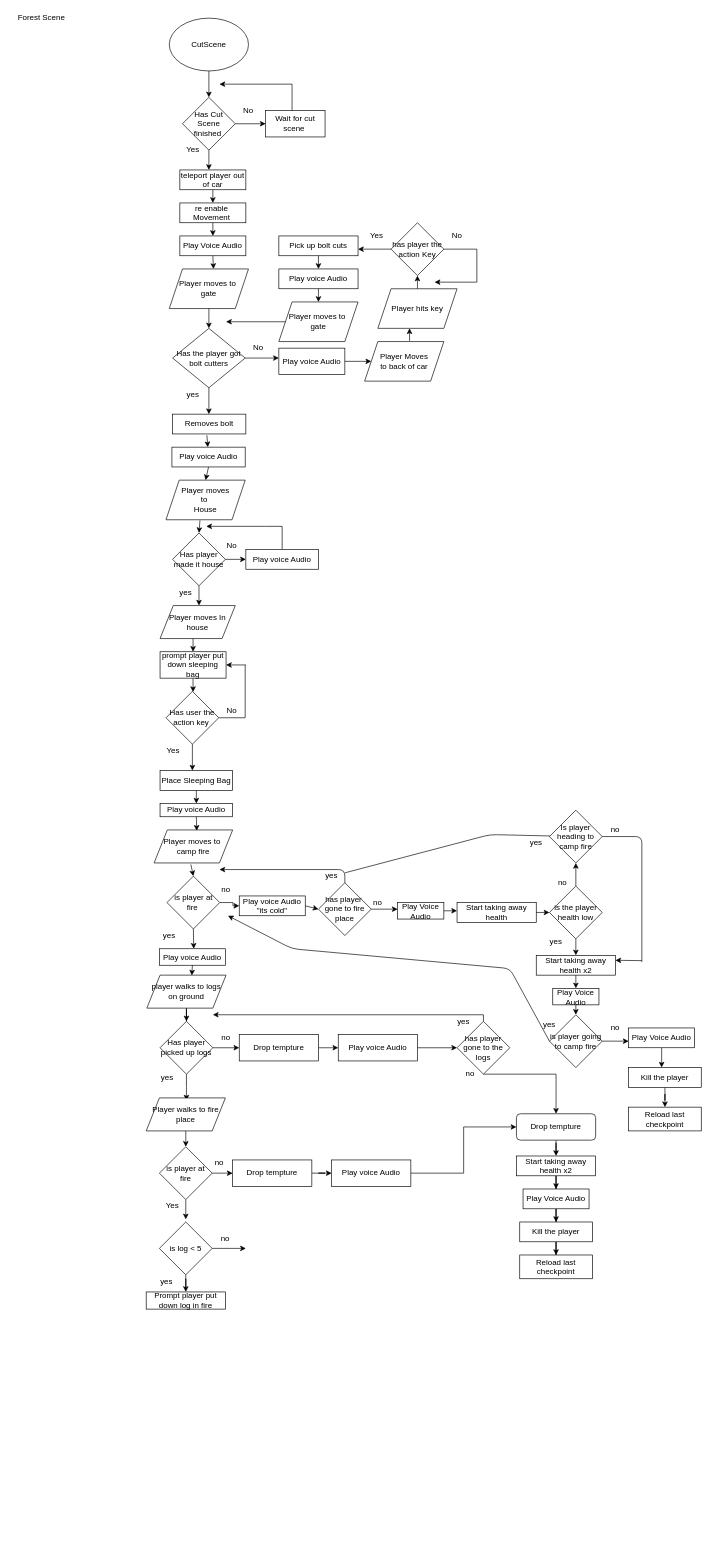
The draw.io diagram page "Page-2" (2 of 2) of Untitled Diagram.drawio in bennyboy743/Walk-In-Woods-Main, before the edit. Source tidied: cells renumbered, new cells numbered last; positions are measured from the earlier drawing's top-left corner, leaving out a move shared by most shapes. Both pictures are drawn from the tidied source at 66%, with x=0, y=0 at pixel (11, 11).
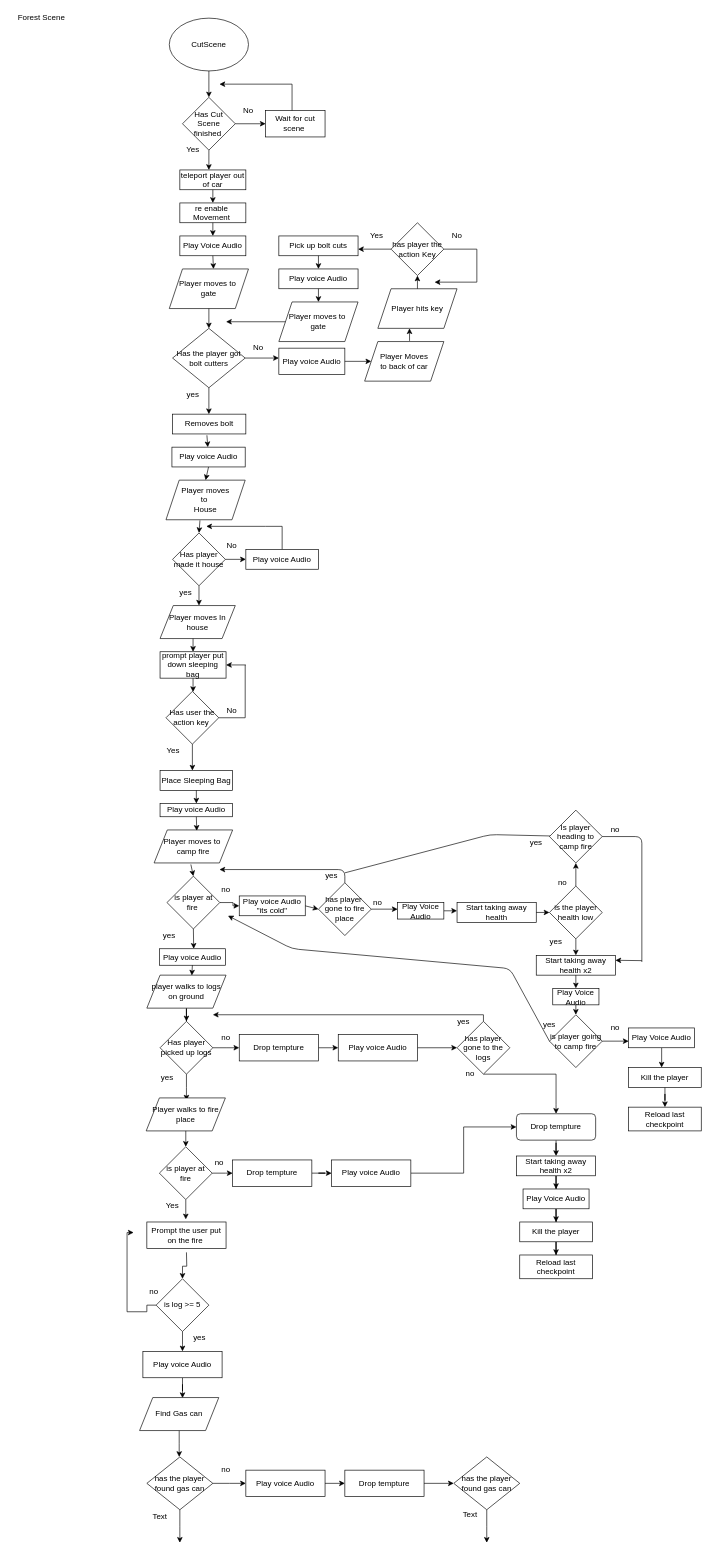
Above is the later version.

The edit, as a diff of the source:
```diff
@@
-    <mxCell id="153" value="Prompt player put down log in fire" style="rounded=0;whiteSpace=wrap;html=1;" parent="1" vertex="1">
-      <mxGeometry x="204" y="1940" width="120" height="26" as="geometry" />
-    </mxCell>
@@
-    <mxCell id="155" style="edgeStyle=orthogonalEdgeStyle;rounded=0;jettySize=auto;html=1;" parent="1" edge="1" source="157" target="153">
-      <mxGeometry relative="1" as="geometry" />
-    </mxCell>
-    <mxCell id="156" style="edgeStyle=orthogonalEdgeStyle;rounded=0;jettySize=auto;html=1;" parent="1" edge="1" source="157">
-      <mxGeometry relative="1" as="geometry">
-        <mxPoint x="355" y="1874" as="targetPoint" />
-      </mxGeometry>
-    </mxCell>
+    <mxCell id="160" style="edgeStyle=orthogonalEdgeStyle;rounded=0;jettySize=auto;html=1;exitX=0.5;exitY=1;exitDx=0;exitDy=0;" parent="1" edge="1" source="157">
+      <mxGeometry relative="1" as="geometry">
+        <mxPoint x="185" y="1850" as="targetPoint" />
+        <Array as="points">
+          <mxPoint x="205" y="1960" />
+          <mxPoint x="205" y="1970" />
+          <mxPoint x="175" y="1970" />
+          <mxPoint x="175" y="1850" />
+        </Array>
+      </mxGeometry>
+    </mxCell>
+    <mxCell id="161" style="edgeStyle=orthogonalEdgeStyle;rounded=0;jettySize=auto;html=1;" parent="1" edge="1" source="157">
+      <mxGeometry relative="1" as="geometry">
+        <mxPoint x="259" y="2030" as="targetPoint" />
+      </mxGeometry>
+    </mxCell>
-    <mxCell id="157" value="is log &amp;lt; 5" style="rhombus;whiteSpace=wrap;html=1;" parent="1" vertex="1">
-      <mxGeometry x="224" y="1834" width="80" height="80" as="geometry" />
+    <mxCell id="157" value="is log &amp;gt;= 5" style="rhombus;whiteSpace=wrap;html=1;direction=south;" parent="1" vertex="1">
+      <mxGeometry x="219" y="1920" width="80" height="80" as="geometry" />
     </mxCell>
+    <mxCell id="162" style="edgeStyle=orthogonalEdgeStyle;rounded=0;jettySize=auto;html=1;entryX=0;entryY=0.5;entryDx=0;entryDy=0;" parent="1" edge="1" target="157">
+      <mxGeometry relative="1" as="geometry">
+        <mxPoint x="265" y="1880" as="sourcePoint" />
+      </mxGeometry>
+    </mxCell>
+    <mxCell id="163" value="Prompt the user put on the fire&amp;nbsp;" style="rounded=0;whiteSpace=wrap;html=1;" parent="1" vertex="1">
+      <mxGeometry x="205" y="1834" width="120" height="40" as="geometry" />
+    </mxCell>
+    <mxCell id="164" value="no&lt;br&gt;" style="text;html=1;strokeColor=none;fillColor=none;align=center;verticalAlign=middle;whiteSpace=wrap;rounded=0;" parent="1" vertex="1">
+      <mxGeometry x="196" y="1930" width="40" height="20" as="geometry" />
+    </mxCell>
     <mxCell id="158" value="yes" style="text;html=1;strokeColor=none;fillColor=none;align=center;verticalAlign=middle;whiteSpace=wrap;rounded=0;" parent="1" vertex="1">
-      <mxGeometry x="215" y="1914" width="40" height="20" as="geometry" />
+      <mxGeometry x="265" y="2000" width="40" height="20" as="geometry" />
     </mxCell>
+    <mxCell id="165" style="edgeStyle=orthogonalEdgeStyle;rounded=0;jettySize=auto;html=1;entryX=0.542;entryY=0.016;entryDx=0;entryDy=0;entryPerimeter=0;" parent="1" edge="1" source="166" target="168">
+      <mxGeometry relative="1" as="geometry" />
+    </mxCell>
+    <mxCell id="166" value="Play voice Audio" style="rounded=0;whiteSpace=wrap;html=1;" parent="1" vertex="1">
+      <mxGeometry x="199" y="2030" width="120" height="40" as="geometry" />
+    </mxCell>
+    <mxCell id="167" style="edgeStyle=orthogonalEdgeStyle;rounded=0;jettySize=auto;html=1;" parent="1" edge="1" source="168">
+      <mxGeometry relative="1" as="geometry">
+        <mxPoint x="254" y="2190" as="targetPoint" />
+      </mxGeometry>
+    </mxCell>
+    <mxCell id="168" value="Find Gas can" style="shape=parallelogram;perimeter=parallelogramPerimeter;whiteSpace=wrap;html=1;fixedSize=1;" parent="1" vertex="1">
+      <mxGeometry x="194" y="2100" width="120" height="50" as="geometry" />
+    </mxCell>
+    <mxCell id="169" style="edgeStyle=orthogonalEdgeStyle;rounded=0;jettySize=auto;html=1;" parent="1" edge="1" source="171">
+      <mxGeometry relative="1" as="geometry">
+        <mxPoint x="355" y="2230" as="targetPoint" />
+      </mxGeometry>
+    </mxCell>
+    <mxCell id="170" style="edgeStyle=orthogonalEdgeStyle;rounded=0;jettySize=auto;html=1;" parent="1" edge="1" source="171">
+      <mxGeometry relative="1" as="geometry">
+        <mxPoint x="255" y="2320" as="targetPoint" />
+      </mxGeometry>
+    </mxCell>
+    <mxCell id="171" value="has the player found gas can&lt;br&gt;" style="rhombus;whiteSpace=wrap;html=1;" parent="1" vertex="1">
+      <mxGeometry x="205" y="2190" width="100" height="80" as="geometry" />
+    </mxCell>
     <mxCell id="159" value="no" style="text;html=1;strokeColor=none;fillColor=none;align=center;verticalAlign=middle;whiteSpace=wrap;rounded=0;" parent="1" vertex="1">
-      <mxGeometry x="304" y="1850" width="40" height="20" as="geometry" />
+      <mxGeometry x="305" y="2200" width="40" height="20" as="geometry" />
     </mxCell>
+    <mxCell id="172" style="edgeStyle=orthogonalEdgeStyle;rounded=0;jettySize=auto;html=1;" parent="1" edge="1" source="173">
+      <mxGeometry relative="1" as="geometry">
+        <mxPoint x="720" y="2320" as="targetPoint" />
+      </mxGeometry>
+    </mxCell>
+    <mxCell id="173" value="has the player found gas can" style="rhombus;whiteSpace=wrap;html=1;" parent="1" vertex="1">
+      <mxGeometry x="670" y="2190" width="100" height="80" as="geometry" />
+    </mxCell>
+    <mxCell id="174" value="Text" style="text;html=1;strokeColor=none;fillColor=none;align=center;verticalAlign=middle;whiteSpace=wrap;rounded=0;" parent="1" vertex="1">
+      <mxGeometry x="205" y="2270" width="40" height="20" as="geometry" />
+    </mxCell>
+    <mxCell id="175" value="Text" style="text;html=1;strokeColor=none;fillColor=none;align=center;verticalAlign=middle;whiteSpace=wrap;rounded=0;" parent="1" vertex="1">
+      <mxGeometry x="675" y="2268" width="40" height="20" as="geometry" />
+    </mxCell>
+    <mxCell id="176" value="Play voice Audio" style="rounded=0;whiteSpace=wrap;html=1;" parent="1" vertex="1">
+      <mxGeometry x="355" y="2210" width="120" height="40" as="geometry" />
+    </mxCell>
+    <mxCell id="177" style="edgeStyle=orthogonalEdgeStyle;rounded=0;jettySize=auto;html=1;entryX=0;entryY=0.5;entryDx=0;entryDy=0;" parent="1" edge="1" source="178" target="173">
+      <mxGeometry relative="1" as="geometry" />
+    </mxCell>
+    <mxCell id="178" value="Drop tempture" style="rounded=0;whiteSpace=wrap;html=1;" parent="1" vertex="1">
+      <mxGeometry x="505" y="2210" width="120" height="40" as="geometry" />
+    </mxCell>
+    <mxCell id="179" style="endArrow=classic;html=1;exitX=1;exitY=0.5;exitDx=0;exitDy=0;entryX=0;entryY=0.5;entryDx=0;entryDy=0;" parent="1" edge="1" source="176" target="178">
+      <mxGeometry relative="1" as="geometry" />
+    </mxCell>
```
